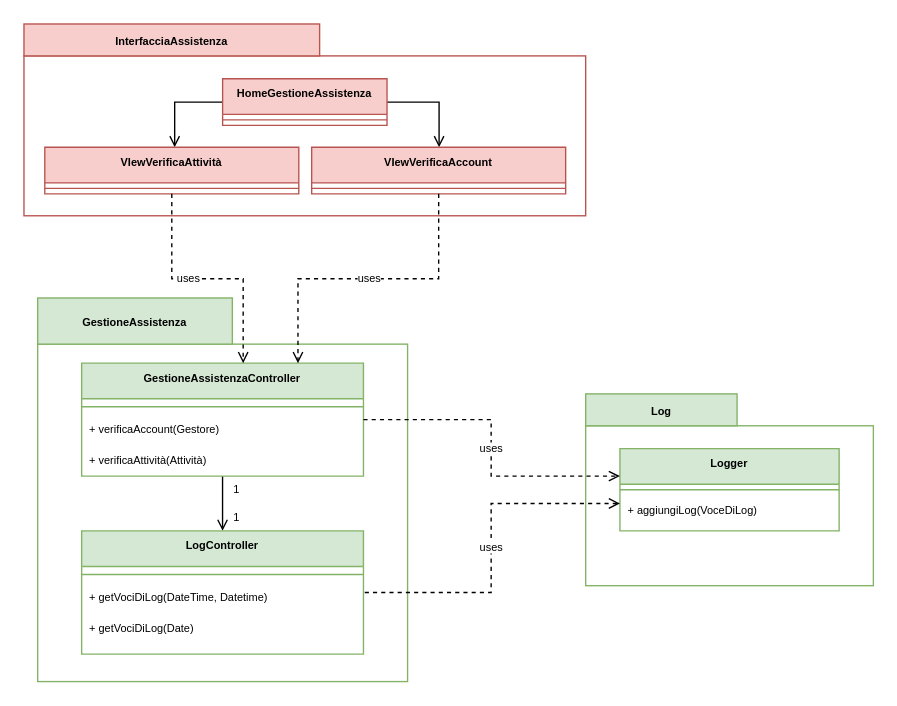
Before: page "Assistenza" (4 of 6) of diagrammaPackage.drawio in Marco-Burattoni/Progetto-ids, a draw.io diagram. Source tidied: cells renumbered, new cells numbered last; positions are measured from the earlier drawing's top-left corner, leaving out a move shared by most shapes. Both pictures are drawn from the tidied source at 137%, with x=0, y=0 at pixel (23, 23).
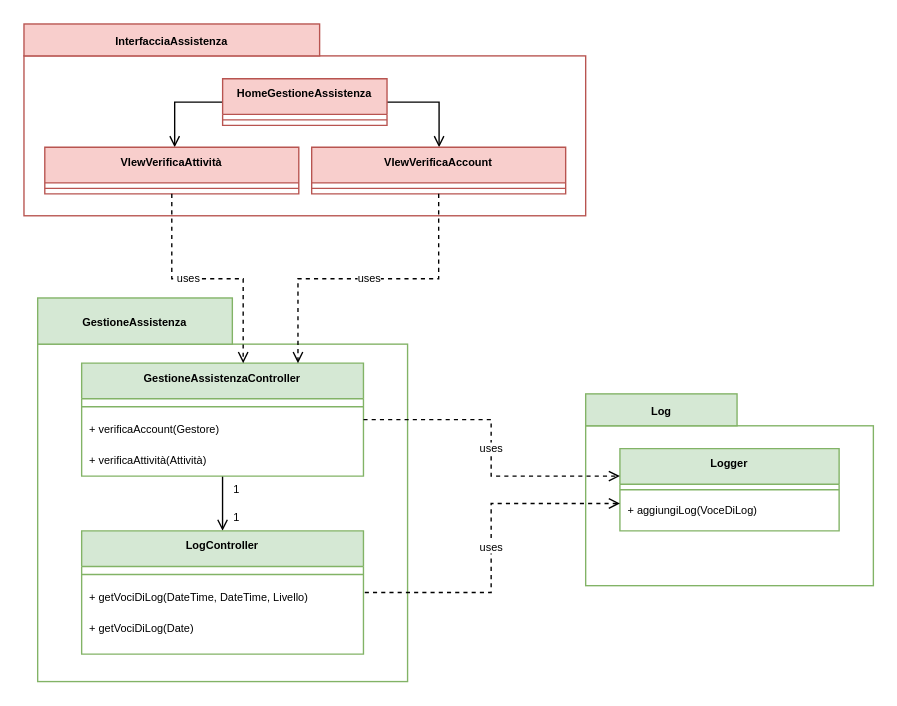
After the change.

Unchanged cells that the change refers to:
```xml
<mxCell id="27" value="LogController" style="swimlane;fontStyle=1;align=center;verticalAlign=top;horizontal=1;startSize=26;shadow=0;sketch=0;fillStyle=auto;strokeColor=#82B366;fontSize=8;fillColor=#D5E8D4;gradientColor=none;" parent="19" vertex="1">
  <mxGeometry x="32.1" y="170" width="205.7" height="90" as="geometry" />
</mxCell>
```

Diff of the diagram source:
```diff
@@
-    <mxCell id="29" value="+ getVociDiLog(DateTime, Datetime)" style="text;strokeColor=none;fillColor=none;align=left;verticalAlign=top;spacingLeft=4;spacingRight=4;overflow=hidden;shadow=0;sketch=0;fillStyle=auto;fontSize=8;whiteSpace=wrap;" parent="27" vertex="1">
+    <mxCell id="29" value="+ getVociDiLog(DateTime, DateTime, Livello)" style="text;strokeColor=none;fillColor=none;align=left;verticalAlign=top;spacingLeft=4;spacingRight=4;overflow=hidden;shadow=0;sketch=0;fillStyle=auto;fontSize=8;whiteSpace=wrap;" parent="27" vertex="1">
       <mxGeometry y="37.6" width="205.7" height="22.4" as="geometry" />
     </mxCell>
```
